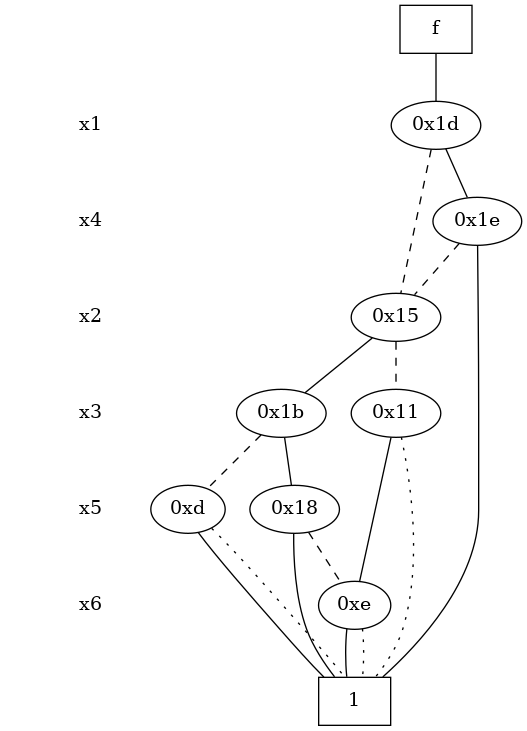
Earlier version of the Graphviz export expretest/optimized_bdd.png (loipsheng/cudd-3.0.0.1). Its source is kept beside it as expretest/optimized_bdd.dot.
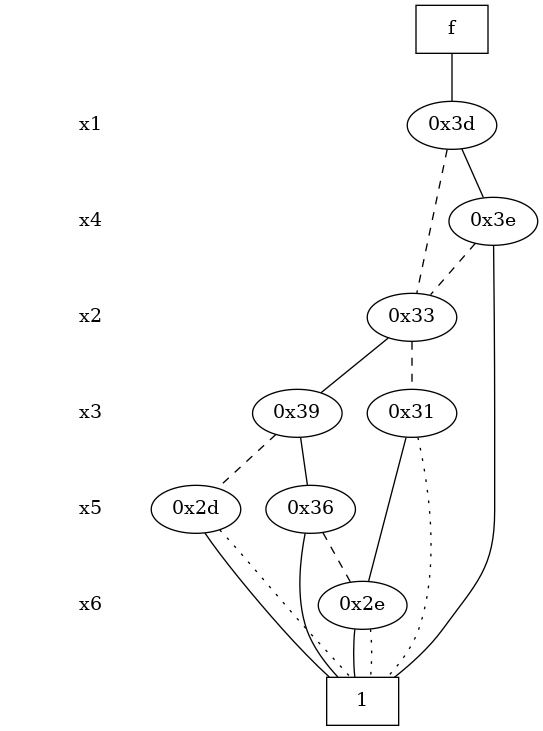
The same diagram one commit later.

What changed in the source:
```diff
@@ -10,45 +10,45 @@
 { rank = same; node [shape = box]; edge [style = invis];
 "  f  "; }
 { rank = same; " x1 ";
-"0x1d";
+"0x3d";
 }
 { rank = same; " x4 ";
-"0x1e";
+"0x3e";
 }
 { rank = same; " x2 ";
-"0x15";
+"0x33";
 }
 { rank = same; " x3 ";
-"0x11";
-"0x1b";
+"0x31";
+"0x39";
 }
 { rank = same; " x5 ";
-"0xd";
-"0x18";
+"0x2d";
+"0x36";
 }
 { rank = same; " x6 ";
-"0xe";
+"0x2e";
 }
 { rank = same; "CONST NODES";
-{ node [shape = box]; "0x5";
+{ node [shape = box]; "0x25";
 }
 }
-"  f  " -> "0x1d" [style = solid];
-"0x1d" -> "0x1e";
-"0x1d" -> "0x15" [style = dashed];
-"0x1e" -> "0x5";
-"0x1e" -> "0x15" [style = dashed];
-"0x15" -> "0x1b";
-"0x15" -> "0x11" [style = dashed];
-"0x11" -> "0xe";
-"0x11" -> "0x5" [style = dotted];
-"0x1b" -> "0x18";
-"0x1b" -> "0xd" [style = dashed];
-"0xd" -> "0x5";
-"0xd" -> "0x5" [style = dotted];
-"0x18" -> "0x5";
-"0x18" -> "0xe" [style = dashed];
-"0xe" -> "0x5";
-"0xe" -> "0x5" [style = dotted];
-"0x5" [label = "1"];
+"  f  " -> "0x3d" [style = solid];
+"0x3d" -> "0x3e";
+"0x3d" -> "0x33" [style = dashed];
+"0x3e" -> "0x25";
+"0x3e" -> "0x33" [style = dashed];
+"0x33" -> "0x39";
+"0x33" -> "0x31" [style = dashed];
+"0x31" -> "0x2e";
+"0x31" -> "0x25" [style = dotted];
+"0x39" -> "0x36";
+"0x39" -> "0x2d" [style = dashed];
+"0x2d" -> "0x25";
+"0x2d" -> "0x25" [style = dotted];
+"0x36" -> "0x25";
+"0x36" -> "0x2e" [style = dashed];
+"0x2e" -> "0x25";
+"0x2e" -> "0x25" [style = dotted];
+"0x25" [label = "1"];
 }
```
